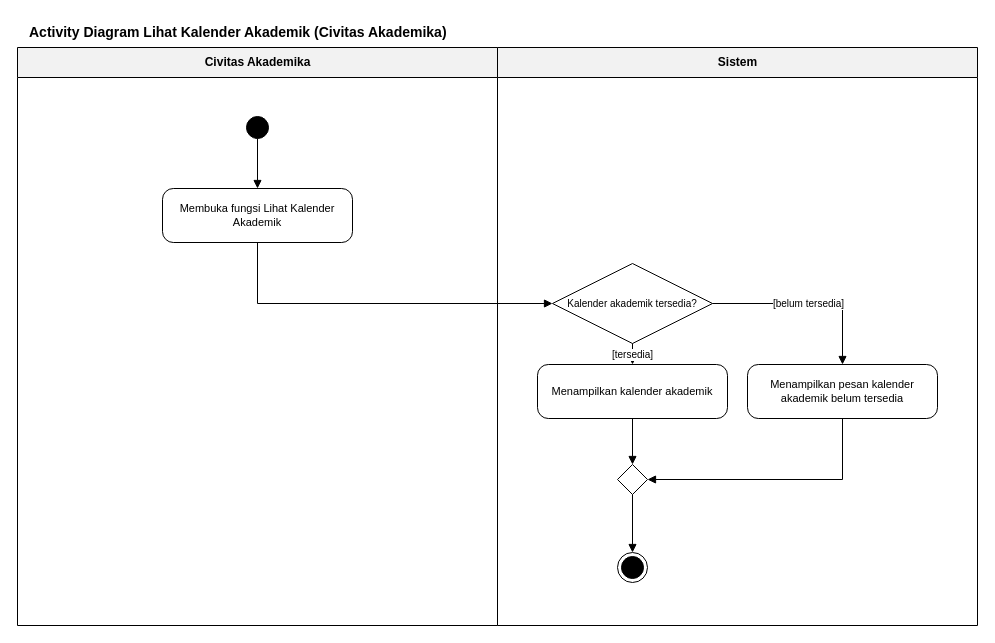
Earlier version of the draw.io diagram 04_Model_Analisis/P06/SIA/P06_2406072_SIA_activity_lihat_kalender_akademik_v01.drawio (nabilmuhammadramadhan/IFRWP5149_2406072_LabAlat). Source tidied: cells renumbered, new cells numbered last; positions are measured from the earlier drawing's top-left corner, leaving out a move shared by most shapes. Both pictures are drawn from the tidied source at 100%, with x=0, y=0 at pixel (17, 17).
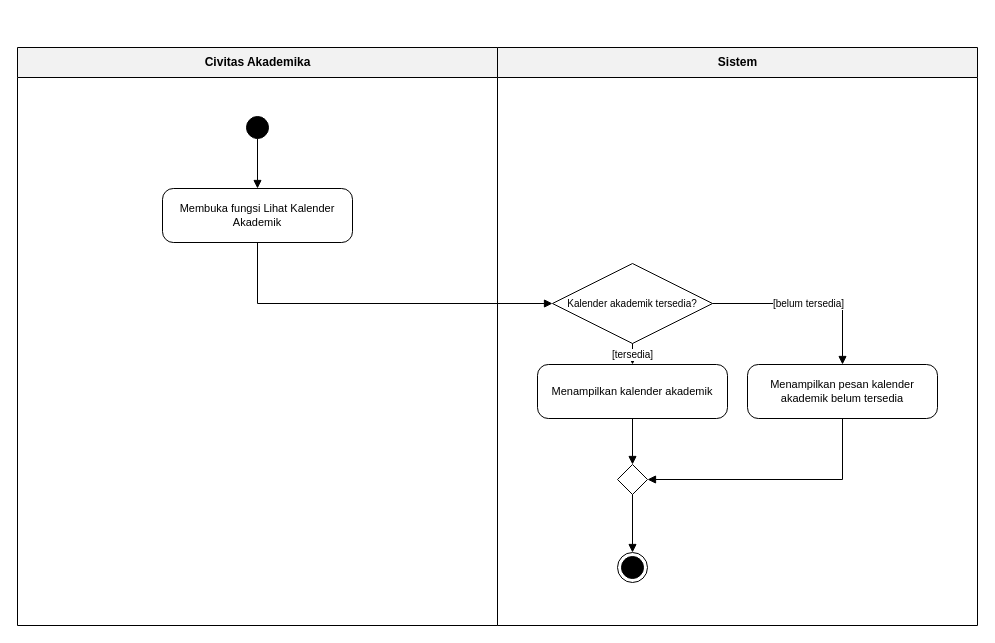
After the change.

What changed in the source:
```diff
@@
-    <mxCell id="2" value="Activity Diagram Lihat Kalender Akademik (Civitas Akademika)" style="text;html=1;align=left;fontStyle=1;fontSize=14;" parent="1" vertex="1">
-      <mxGeometry x="10" width="600" height="26" as="geometry" />
-    </mxCell>
```
